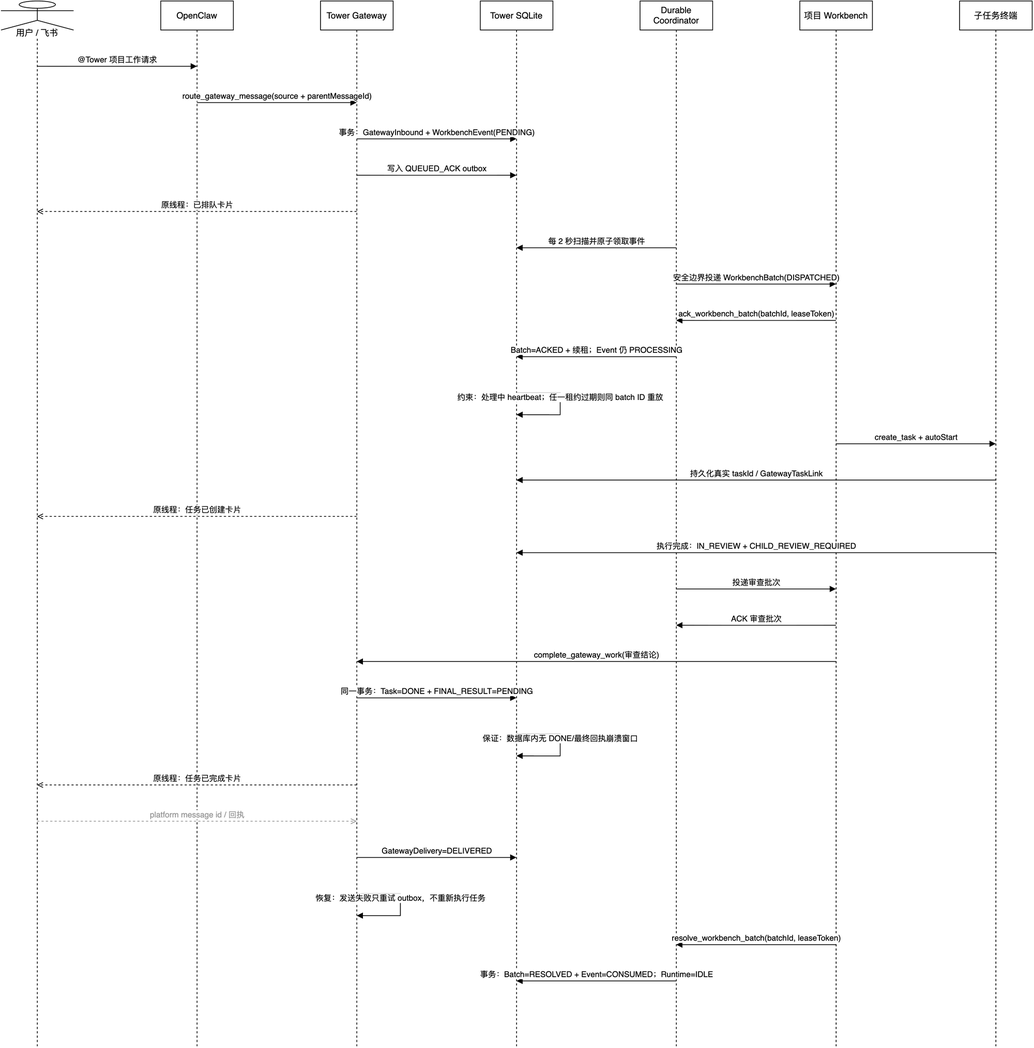
This is docs/public/diagrams/workbench-gateway-sequence.drawio.png from jp-liu/tower, a draw.io export, as it was before one commit. Source tidied: cells renumbered, new cells last; positions are measured from the earlier drawing's top-left corner, leaving out a move shared by most shapes.
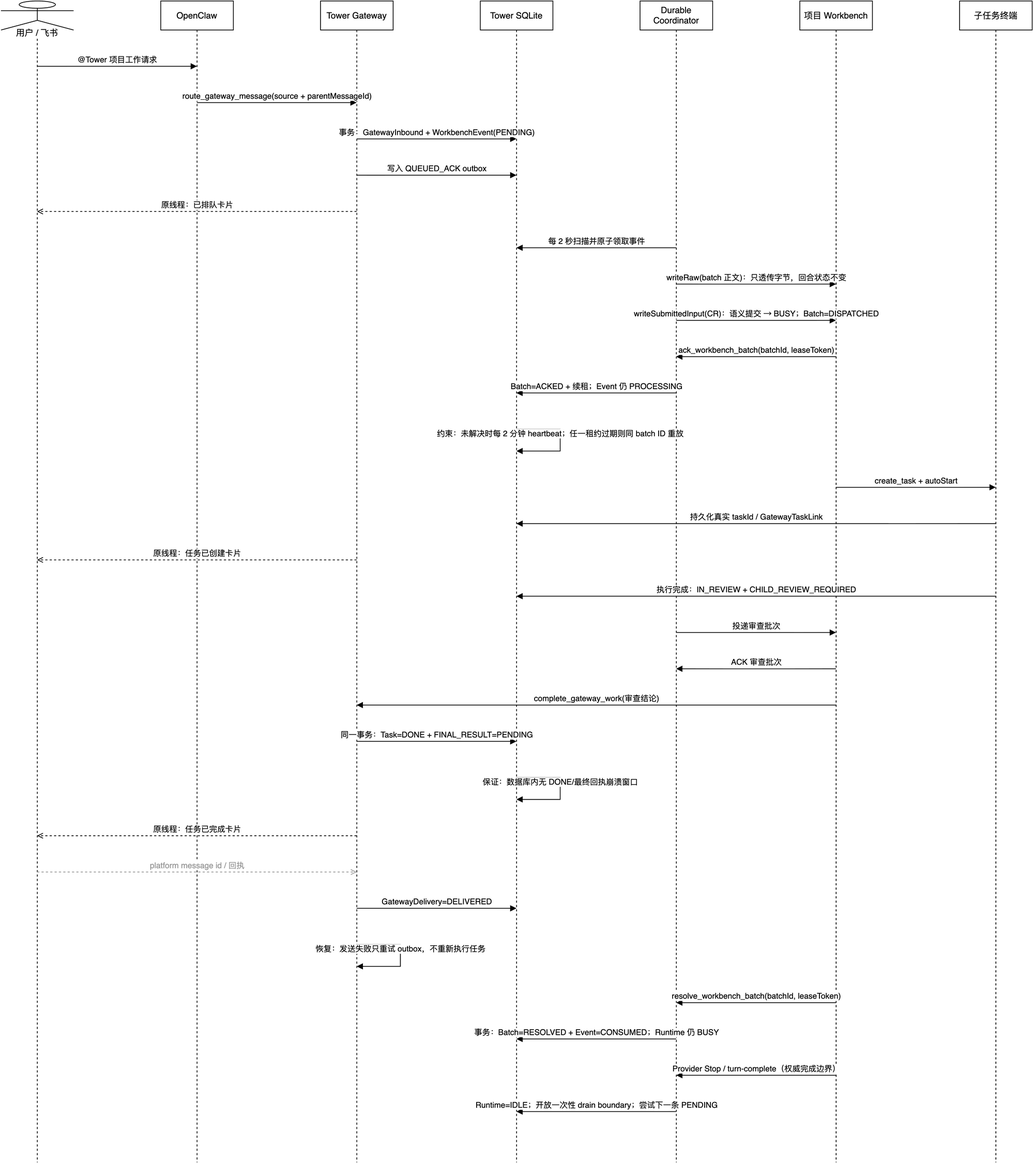
Above is the later version.

Diff of the diagram source:
```diff
@@ -3,115 +3,124 @@
     <mxCell id="0" />
     <mxCell id="1" parent="0" />
     <mxCell id="2" value="用户 / 飞书" style="shape=umlLifeline;perimeter=lifelinePerimeter;whiteSpace=wrap;html=1;outlineConnect=0;portConstraint=eastwest;size=40;participant=umlActor;verticalAlign=bottom;spacingBottom=-14;labelBackgroundColor=#ffffff;" parent="1" vertex="1">
-      <mxGeometry width="100" height="1440" as="geometry" />
+      <mxGeometry width="100" height="1600" as="geometry" />
     </mxCell>
     <mxCell id="3" value="OpenClaw" style="shape=umlLifeline;perimeter=lifelinePerimeter;whiteSpace=wrap;html=1;outlineConnect=0;portConstraint=eastwest;size=40;" parent="1" vertex="1">
-      <mxGeometry x="220" width="100" height="1440" as="geometry" />
+      <mxGeometry x="220" width="100" height="1600" as="geometry" />
     </mxCell>
     <mxCell id="4" value="Tower Gateway" style="shape=umlLifeline;perimeter=lifelinePerimeter;whiteSpace=wrap;html=1;outlineConnect=0;portConstraint=eastwest;size=40;" parent="1" vertex="1">
-      <mxGeometry x="440" width="100" height="1440" as="geometry" />
+      <mxGeometry x="440" width="100" height="1600" as="geometry" />
     </mxCell>
     <mxCell id="5" value="Tower SQLite" style="shape=umlLifeline;perimeter=lifelinePerimeter;whiteSpace=wrap;html=1;outlineConnect=0;portConstraint=eastwest;size=40;" parent="1" vertex="1">
-      <mxGeometry x="660" width="100" height="1440" as="geometry" />
+      <mxGeometry x="660" width="100" height="1600" as="geometry" />
     </mxCell>
     <mxCell id="6" value="Durable Coordinator" style="shape=umlLifeline;perimeter=lifelinePerimeter;whiteSpace=wrap;html=1;outlineConnect=0;portConstraint=eastwest;size=40;" parent="1" vertex="1">
-      <mxGeometry x="880" width="100" height="1440" as="geometry" />
+      <mxGeometry x="880" width="100" height="1600" as="geometry" />
     </mxCell>
     <mxCell id="7" value="项目 Workbench" style="shape=umlLifeline;perimeter=lifelinePerimeter;whiteSpace=wrap;html=1;outlineConnect=0;portConstraint=eastwest;size=40;" parent="1" vertex="1">
-      <mxGeometry x="1100" width="100" height="1440" as="geometry" />
+      <mxGeometry x="1100" width="100" height="1600" as="geometry" />
     </mxCell>
     <mxCell id="8" value="子任务终端" style="shape=umlLifeline;perimeter=lifelinePerimeter;whiteSpace=wrap;html=1;outlineConnect=0;portConstraint=eastwest;size=40;" parent="1" vertex="1">
-      <mxGeometry x="1320" width="100" height="1440" as="geometry" />
+      <mxGeometry x="1320" width="100" height="1600" as="geometry" />
     </mxCell>
-    <mxCell id="9" value="@Tower 项目工作请求" style="html=1;verticalAlign=bottom;endArrow=block;curved=0;rounded=0;exitX=0.5;exitY=0.0625;entryX=0.5;entryY=0.0625;" parent="1" edge="1" source="2" target="3">
+    <mxCell id="9" value="@Tower 项目工作请求" style="html=1;verticalAlign=bottom;endArrow=block;curved=0;rounded=0;exitX=0.5;exitY=0.05625;entryX=0.5;entryY=0.05625;" parent="1" edge="1" source="2" target="3">
       <mxGeometry relative="1" as="geometry" />
     </mxCell>
-    <mxCell id="10" value="route_gateway_message(source + parentMessageId)" style="html=1;verticalAlign=bottom;endArrow=block;curved=0;rounded=0;exitX=0.5;exitY=0.0972;entryX=0.5;entryY=0.0972;" parent="1" edge="1" source="3" target="4">
+    <mxCell id="10" value="route_gateway_message(source + parentMessageId)" style="html=1;verticalAlign=bottom;endArrow=block;curved=0;rounded=0;exitX=0.5;exitY=0.0875;entryX=0.5;entryY=0.0875;" parent="1" edge="1" source="3" target="4">
       <mxGeometry relative="1" as="geometry" />
     </mxCell>
-    <mxCell id="11" value="事务：GatewayInbound + WorkbenchEvent(PENDING)" style="html=1;verticalAlign=bottom;endArrow=block;curved=0;rounded=0;exitX=0.5;exitY=0.1319;entryX=0.5;entryY=0.1319;" parent="1" edge="1" source="4" target="5">
+    <mxCell id="11" value="事务：GatewayInbound + WorkbenchEvent(PENDING)" style="html=1;verticalAlign=bottom;endArrow=block;curved=0;rounded=0;exitX=0.5;exitY=0.11875;entryX=0.5;entryY=0.11875;" parent="1" edge="1" source="4" target="5">
       <mxGeometry relative="1" as="geometry" />
     </mxCell>
-    <mxCell id="12" value="写入 QUEUED_ACK outbox" style="html=1;verticalAlign=bottom;endArrow=block;curved=0;rounded=0;exitX=0.5;exitY=0.1667;entryX=0.5;entryY=0.1667;" parent="1" edge="1" source="4" target="5">
+    <mxCell id="12" value="写入 QUEUED_ACK outbox" style="html=1;verticalAlign=bottom;endArrow=block;curved=0;rounded=0;exitX=0.5;exitY=0.15;entryX=0.5;entryY=0.15;" parent="1" edge="1" source="4" target="5">
       <mxGeometry relative="1" as="geometry" />
     </mxCell>
-    <mxCell id="13" value="原线程：已排队卡片" style="html=1;verticalAlign=bottom;endArrow=open;dashed=1;curved=0;rounded=0;exitX=0.5;exitY=0.2014;entryX=0.5;entryY=0.2014;" parent="1" edge="1" source="4" target="2">
+    <mxCell id="13" value="原线程：已排队卡片" style="html=1;verticalAlign=bottom;endArrow=open;dashed=1;curved=0;rounded=0;exitX=0.5;exitY=0.18125;entryX=0.5;entryY=0.18125;" parent="1" edge="1" source="4" target="2">
       <mxGeometry relative="1" as="geometry" />
     </mxCell>
-    <mxCell id="14" value="每 2 秒扫描并原子领取事件" style="html=1;verticalAlign=bottom;endArrow=block;curved=0;rounded=0;exitX=0.5;exitY=0.2361;entryX=0.5;entryY=0.2361;" parent="1" edge="1" source="6" target="5">
+    <mxCell id="14" value="每 2 秒扫描并原子领取事件" style="html=1;verticalAlign=bottom;endArrow=block;curved=0;rounded=0;exitX=0.5;exitY=0.2125;entryX=0.5;entryY=0.2125;" parent="1" edge="1" source="6" target="5">
       <mxGeometry relative="1" as="geometry" />
     </mxCell>
-    <mxCell id="15" value="安全边界投递 WorkbenchBatch(DISPATCHED)" style="html=1;verticalAlign=bottom;endArrow=block;curved=0;rounded=0;exitX=0.5;exitY=0.2708;entryX=0.5;entryY=0.2708;" parent="1" edge="1" source="6" target="7">
+    <mxCell id="15" value="writeRaw(batch 正文)：只透传字节，回合状态不变" style="html=1;verticalAlign=bottom;endArrow=block;curved=0;rounded=0;exitX=0.5;exitY=0.24375;entryX=0.5;entryY=0.24375;" parent="1" edge="1" source="6" target="7">
       <mxGeometry relative="1" as="geometry" />
     </mxCell>
+    <mxCell id="34" value="writeSubmittedInput(CR)：语义提交 → BUSY；Batch=DISPATCHED" style="html=1;verticalAlign=bottom;endArrow=block;curved=0;rounded=0;exitX=0.5;exitY=0.275;entryX=0.5;entryY=0.275;" parent="1" edge="1" source="6" target="7">
+      <mxGeometry relative="1" as="geometry" />
+    </mxCell>
-    <mxCell id="16" value="ack_workbench_batch(batchId, leaseToken)" style="html=1;verticalAlign=bottom;endArrow=block;curved=0;rounded=0;exitX=0.5;exitY=0.3056;entryX=0.5;entryY=0.3056;" parent="1" edge="1" source="7" target="6">
+    <mxCell id="16" value="ack_workbench_batch(batchId, leaseToken)" style="html=1;verticalAlign=bottom;endArrow=block;curved=0;rounded=0;exitX=0.5;exitY=0.30625;entryX=0.5;entryY=0.30625;" parent="1" edge="1" source="7" target="6">
       <mxGeometry relative="1" as="geometry" />
     </mxCell>
-    <mxCell id="17" value="Batch=ACKED + 续租；Event 仍 PROCESSING" style="html=1;verticalAlign=bottom;endArrow=block;curved=0;rounded=0;exitX=0.5;exitY=0.3403;entryX=0.5;entryY=0.3403;" parent="1" edge="1" source="6" target="5">
+    <mxCell id="17" value="Batch=ACKED + 续租；Event 仍 PROCESSING" style="html=1;verticalAlign=bottom;endArrow=block;curved=0;rounded=0;exitX=0.5;exitY=0.3375;entryX=0.5;entryY=0.3375;" parent="1" edge="1" source="6" target="5">
       <mxGeometry relative="1" as="geometry" />
     </mxCell>
-    <mxCell id="18" value="约束：处理中 heartbeat；任一租约过期则同 batch ID 重放" style="html=1;verticalAlign=bottom;endArrow=block;curved=0;rounded=0;exitX=0.5;exitY=0.375;entryX=0.5;entryY=0.3958;" parent="1" edge="1" source="5" target="5">
+    <mxCell id="18" value="约束：未解决时每 2 分钟 heartbeat；任一租约过期则同 batch ID 重放" style="html=1;verticalAlign=bottom;endArrow=block;curved=0;rounded=0;exitX=0.5;exitY=0.36875;entryX=0.5;entryY=0.3875;" parent="1" edge="1" source="5" target="5">
       <mxGeometry relative="1" as="geometry">
         <Array as="points">
-          <mxPoint x="770" y="540" />
-          <mxPoint x="770" y="570" />
+          <mxPoint x="770" y="590" />
+          <mxPoint x="770" y="620" />
         </Array>
       </mxGeometry>
     </mxCell>
-    <mxCell id="19" value="create_task + autoStart" style="html=1;verticalAlign=bottom;endArrow=block;curved=0;rounded=0;exitX=0.5;exitY=0.4236;entryX=0.5;entryY=0.4236;" parent="1" edge="1" source="7" target="8">
+    <mxCell id="19" value="create_task + autoStart" style="html=1;verticalAlign=bottom;endArrow=block;curved=0;rounded=0;exitX=0.5;exitY=0.41875;entryX=0.5;entryY=0.41875;" parent="1" edge="1" source="7" target="8">
       <mxGeometry relative="1" as="geometry" />
     </mxCell>
-    <mxCell id="20" value="持久化真实 taskId / GatewayTaskLink" style="html=1;verticalAlign=bottom;endArrow=block;curved=0;rounded=0;exitX=0.5;exitY=0.4583;entryX=0.5;entryY=0.4583;" parent="1" edge="1" source="8" target="5">
+    <mxCell id="20" value="持久化真实 taskId / GatewayTaskLink" style="html=1;verticalAlign=bottom;endArrow=block;curved=0;rounded=0;exitX=0.5;exitY=0.45;entryX=0.5;entryY=0.45;" parent="1" edge="1" source="8" target="5">
       <mxGeometry relative="1" as="geometry" />
     </mxCell>
-    <mxCell id="21" value="原线程：任务已创建卡片" style="html=1;verticalAlign=bottom;endArrow=open;dashed=1;curved=0;rounded=0;exitX=0.5;exitY=0.4931;entryX=0.5;entryY=0.4931;" parent="1" edge="1" source="4" target="2">
+    <mxCell id="21" value="原线程：任务已创建卡片" style="html=1;verticalAlign=bottom;endArrow=open;dashed=1;curved=0;rounded=0;exitX=0.5;exitY=0.48125;entryX=0.5;entryY=0.48125;" parent="1" edge="1" source="4" target="2">
       <mxGeometry relative="1" as="geometry" />
     </mxCell>
-    <mxCell id="22" value="执行完成：IN_REVIEW + CHILD_REVIEW_REQUIRED" style="html=1;verticalAlign=bottom;endArrow=block;curved=0;rounded=0;exitX=0.5;exitY=0.5278;entryX=0.5;entryY=0.5278;" parent="1" edge="1" source="8" target="5">
+    <mxCell id="22" value="执行完成：IN_REVIEW + CHILD_REVIEW_REQUIRED" style="html=1;verticalAlign=bottom;endArrow=block;curved=0;rounded=0;exitX=0.5;exitY=0.5125;entryX=0.5;entryY=0.5125;" parent="1" edge="1" source="8" target="5">
       <mxGeometry relative="1" as="geometry" />
     </mxCell>
-    <mxCell id="23" value="投递审查批次" style="html=1;verticalAlign=bottom;endArrow=block;curved=0;rounded=0;exitX=0.5;exitY=0.5625;entryX=0.5;entryY=0.5625;" parent="1" edge="1" source="6" target="7">
+    <mxCell id="23" value="投递审查批次" style="html=1;verticalAlign=bottom;endArrow=block;curved=0;rounded=0;exitX=0.5;exitY=0.54375;entryX=0.5;entryY=0.54375;" parent="1" edge="1" source="6" target="7">
       <mxGeometry relative="1" as="geometry" />
     </mxCell>
-    <mxCell id="24" value="ACK 审查批次" style="html=1;verticalAlign=bottom;endArrow=block;curved=0;rounded=0;exitX=0.5;exitY=0.5972;entryX=0.5;entryY=0.5972;" parent="1" edge="1" source="7" target="6">
+    <mxCell id="24" value="ACK 审查批次" style="html=1;verticalAlign=bottom;endArrow=block;curved=0;rounded=0;exitX=0.5;exitY=0.575;entryX=0.5;entryY=0.575;" parent="1" edge="1" source="7" target="6">
       <mxGeometry relative="1" as="geometry" />
     </mxCell>
-    <mxCell id="25" value="complete_gateway_work(审查结论)" style="html=1;verticalAlign=bottom;endArrow=block;curved=0;rounded=0;exitX=0.5;exitY=0.6319;entryX=0.5;entryY=0.6319;" parent="1" edge="1" source="7" target="4">
+    <mxCell id="25" value="complete_gateway_work(审查结论)" style="html=1;verticalAlign=bottom;endArrow=block;curved=0;rounded=0;exitX=0.5;exitY=0.60625;entryX=0.5;entryY=0.60625;" parent="1" edge="1" source="7" target="4">
       <mxGeometry relative="1" as="geometry" />
     </mxCell>
-    <mxCell id="26" value="同一事务：Task=DONE + FINAL_RESULT=PENDING" style="html=1;verticalAlign=bottom;endArrow=block;curved=0;rounded=0;exitX=0.5;exitY=0.6667;entryX=0.5;entryY=0.6667;" parent="1" edge="1" source="4" target="5">
+    <mxCell id="26" value="同一事务：Task=DONE + FINAL_RESULT=PENDING" style="html=1;verticalAlign=bottom;endArrow=block;curved=0;rounded=0;exitX=0.5;exitY=0.6375;entryX=0.5;entryY=0.6375;" parent="1" edge="1" source="4" target="5">
       <mxGeometry relative="1" as="geometry" />
     </mxCell>
-    <mxCell id="27" value="保证：数据库内无 DONE/最终回执崩溃窗口" style="html=1;verticalAlign=bottom;endArrow=block;curved=0;rounded=0;exitX=0.5;exitY=0.7014;entryX=0.5;entryY=0.7222;" parent="1" edge="1" source="5" target="5">
+    <mxCell id="27" value="保证：数据库内无 DONE/最终回执崩溃窗口" style="html=1;verticalAlign=bottom;endArrow=block;curved=0;rounded=0;exitX=0.5;exitY=0.66875;entryX=0.5;entryY=0.6875;" parent="1" edge="1" source="5" target="5">
       <mxGeometry relative="1" as="geometry">
         <Array as="points">
-          <mxPoint x="770" y="1010" />
-          <mxPoint x="770" y="1040" />
+          <mxPoint x="770" y="1070" />
+          <mxPoint x="770" y="1100" />
         </Array>
       </mxGeometry>
     </mxCell>
-    <mxCell id="28" value="原线程：任务已完成卡片" style="html=1;verticalAlign=bottom;endArrow=open;dashed=1;curved=0;rounded=0;exitX=0.5;exitY=0.75;entryX=0.5;entryY=0.75;" parent="1" edge="1" source="4" target="2">
+    <mxCell id="28" value="原线程：任务已完成卡片" style="html=1;verticalAlign=bottom;endArrow=open;dashed=1;curved=0;rounded=0;exitX=0.5;exitY=0.71875;entryX=0.5;entryY=0.71875;" parent="1" edge="1" source="4" target="2">
       <mxGeometry relative="1" as="geometry" />
     </mxCell>
-    <mxCell id="29" value="platform message id / 回执" style="html=1;verticalAlign=bottom;endArrow=open;dashed=1;curved=0;rounded=0;strokeColor=#999999;fontColor=#999999;exitX=0.5;exitY=0.7847;entryX=0.5;entryY=0.7847;" parent="1" edge="1" source="2" target="4">
+    <mxCell id="29" value="platform message id / 回执" style="html=1;verticalAlign=bottom;endArrow=open;dashed=1;curved=0;rounded=0;strokeColor=#999999;fontColor=#999999;exitX=0.5;exitY=0.75;entryX=0.5;entryY=0.75;" parent="1" edge="1" source="2" target="4">
       <mxGeometry relative="1" as="geometry" />
     </mxCell>
-    <mxCell id="30" value="GatewayDelivery=DELIVERED" style="html=1;verticalAlign=bottom;endArrow=block;curved=0;rounded=0;exitX=0.5;exitY=0.8194;entryX=0.5;entryY=0.8194;" parent="1" edge="1" source="4" target="5">
+    <mxCell id="30" value="GatewayDelivery=DELIVERED" style="html=1;verticalAlign=bottom;endArrow=block;curved=0;rounded=0;exitX=0.5;exitY=0.78125;entryX=0.5;entryY=0.78125;" parent="1" edge="1" source="4" target="5">
       <mxGeometry relative="1" as="geometry" />
     </mxCell>
-    <mxCell id="31" value="恢复：发送失败只重试 outbox，不重新执行任务" style="html=1;verticalAlign=bottom;endArrow=block;curved=0;rounded=0;exitX=0.5;exitY=0.8542;entryX=0.5;entryY=0.875;" parent="1" edge="1" source="4" target="4">
+    <mxCell id="31" value="恢复：发送失败只重试 outbox，不重新执行任务" style="html=1;verticalAlign=bottom;endArrow=block;curved=0;rounded=0;exitX=0.5;exitY=0.8125;entryX=0.5;entryY=0.83125;" parent="1" edge="1" source="4" target="4">
       <mxGeometry relative="1" as="geometry">
         <Array as="points">
-          <mxPoint x="550" y="1230" />
-          <mxPoint x="550" y="1260" />
+          <mxPoint x="550" y="1300" />
+          <mxPoint x="550" y="1330" />
         </Array>
       </mxGeometry>
     </mxCell>
-    <mxCell id="32" value="resolve_workbench_batch(batchId, leaseToken)" style="html=1;verticalAlign=bottom;endArrow=block;curved=0;rounded=0;exitX=0.5;exitY=0.9028;entryX=0.5;entryY=0.9028;" parent="1" edge="1" source="7" target="6">
+    <mxCell id="32" value="resolve_workbench_batch(batchId, leaseToken)" style="html=1;verticalAlign=bottom;endArrow=block;curved=0;rounded=0;exitX=0.5;exitY=0.8625;entryX=0.5;entryY=0.8625;" parent="1" edge="1" source="7" target="6">
       <mxGeometry relative="1" as="geometry" />
     </mxCell>
-    <mxCell id="33" value="事务：Batch=RESOLVED + Event=CONSUMED；Runtime=IDLE" style="html=1;verticalAlign=bottom;endArrow=block;curved=0;rounded=0;exitX=0.5;exitY=0.9375;entryX=0.5;entryY=0.9375;" parent="1" edge="1" source="6" target="5">
+    <mxCell id="33" value="事务：Batch=RESOLVED + Event=CONSUMED；Runtime 仍 BUSY" style="html=1;verticalAlign=bottom;endArrow=block;curved=0;rounded=0;exitX=0.5;exitY=0.89375;entryX=0.5;entryY=0.89375;" parent="1" edge="1" source="6" target="5">
       <mxGeometry relative="1" as="geometry" />
     </mxCell>
+    <mxCell id="35" value="Provider Stop / turn-complete（权威完成边界）" style="html=1;verticalAlign=bottom;endArrow=block;curved=0;rounded=0;exitX=0.5;exitY=0.925;entryX=0.5;entryY=0.925;" parent="1" edge="1" source="7" target="6">
+      <mxGeometry relative="1" as="geometry" />
+    </mxCell>
+    <mxCell id="36" value="Runtime=IDLE；开放一次性 drain boundary；尝试下一条 PENDING" style="html=1;verticalAlign=bottom;endArrow=block;curved=0;rounded=0;exitX=0.5;exitY=0.95625;entryX=0.5;entryY=0.95625;" parent="1" edge="1" source="6" target="5">
+      <mxGeometry relative="1" as="geometry" />
+    </mxCell>
   </root>
 </mxGraphModel>
```
